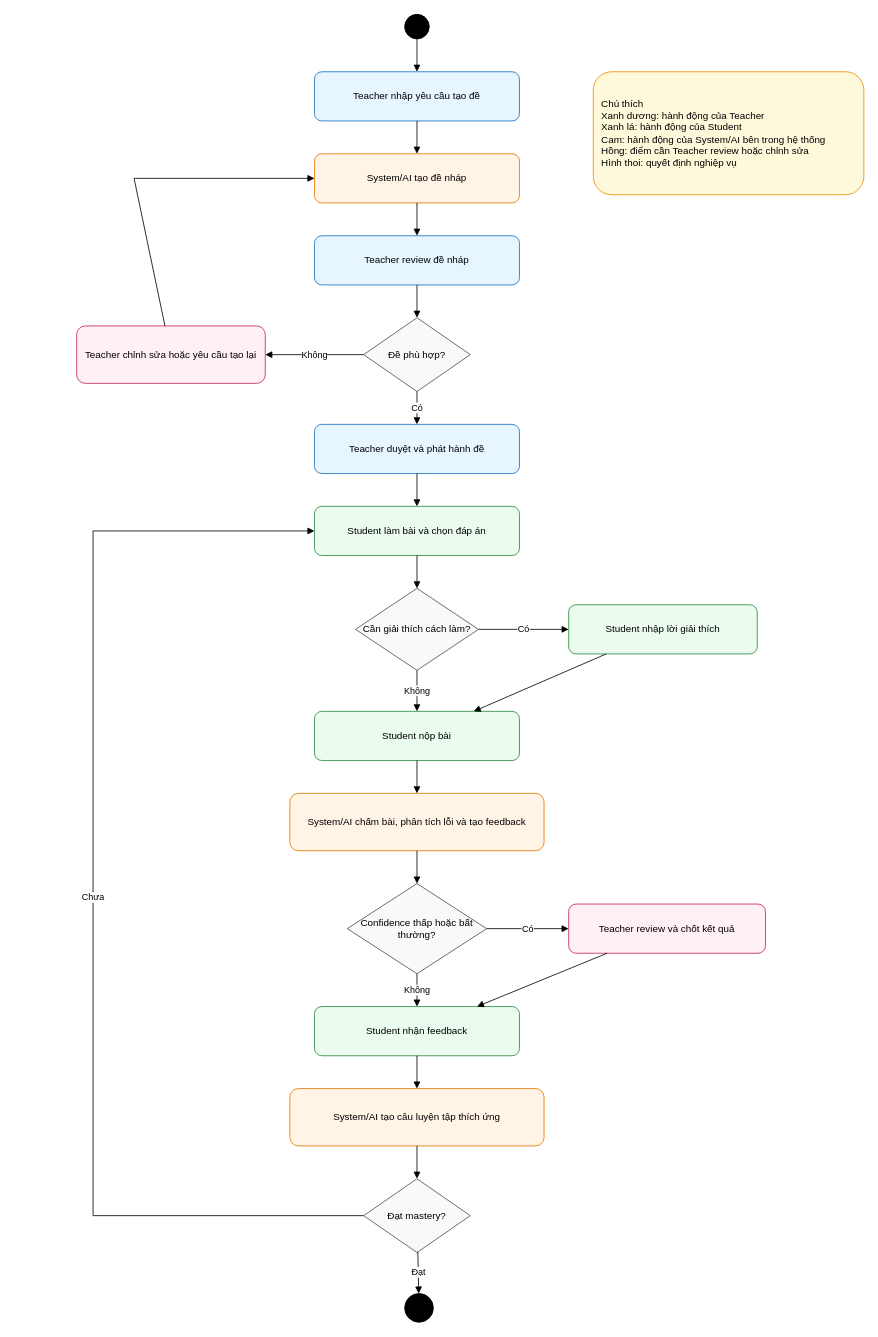
Above: docs/diagrams/activity-overview.drawio in biabeogo147/AI-Assessment-and-Feedback-Assistant (draw.io), before the change. Source tidied: cells renumbered, new cells numbered last; positions are measured from the earlier drawing's top-left corner, leaving out a move shared by most shapes. Both pictures are drawn from the tidied source at 82%, with x=0, y=0 at pixel (76, 14).
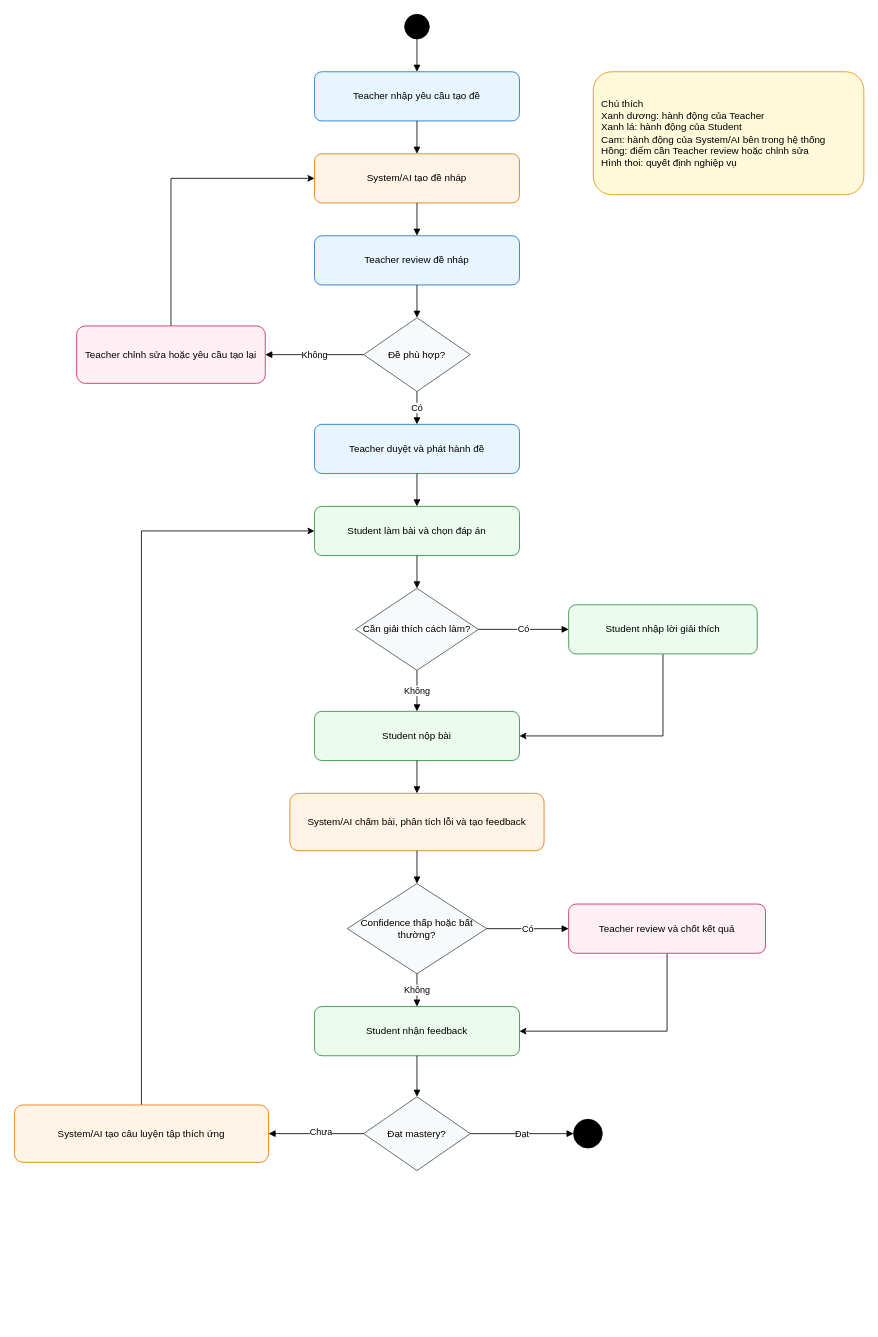
The same diagram, later.

The change refers to these unchanged cells:
```xml
<mxCell id="4" value="System/AI tạo đề nháp" style="rounded=1;whiteSpace=wrap;html=1;fillColor=#fff4e6;strokeColor=#e67700;" parent="1" vertex="1">
  <mxGeometry x="290" y="170" width="250" height="60" as="geometry" />
</mxCell>
<mxCell id="7" value="Teacher chỉnh sửa hoặc yêu cầu tạo lại" style="rounded=1;whiteSpace=wrap;html=1;fillColor=#fff0f6;strokeColor=#c2255c;" parent="1" vertex="1">
  <mxGeometry y="380" width="230" height="70" as="geometry" />
</mxCell>
<mxCell id="9" value="Student làm bài và chọn đáp án" style="rounded=1;whiteSpace=wrap;html=1;fillColor=#ebfbee;strokeColor=#2b8a3e;" parent="1" vertex="1">
  <mxGeometry x="290" y="600" width="250" height="60" as="geometry" />
</mxCell>
<mxCell id="11" value="Student nhập lời giải thích" style="rounded=1;whiteSpace=wrap;html=1;fillColor=#ebfbee;strokeColor=#2b8a3e;" parent="1" vertex="1">
  <mxGeometry x="600" y="720" width="230" height="60" as="geometry" />
</mxCell>
<mxCell id="12" value="Student nộp bài" style="rounded=1;whiteSpace=wrap;html=1;fillColor=#ebfbee;strokeColor=#2b8a3e;" parent="1" vertex="1">
  <mxGeometry x="290" y="850" width="250" height="60" as="geometry" />
</mxCell>
<mxCell id="15" value="Teacher review và chốt kết quả" style="rounded=1;whiteSpace=wrap;html=1;fillColor=#fff0f6;strokeColor=#c2255c;" parent="1" vertex="1">
  <mxGeometry x="600" y="1085" width="240" height="60" as="geometry" />
</mxCell>
<mxCell id="16" value="Student nhận feedback" style="rounded=1;whiteSpace=wrap;html=1;fillColor=#ebfbee;strokeColor=#2b8a3e;" parent="1" vertex="1">
  <mxGeometry x="290" y="1210" width="250" height="60" as="geometry" />
</mxCell>
```

Change to the diagram source:
```diff
@@
+    <mxCell id="26" style="edgeStyle=orthogonalEdgeStyle;rounded=0;jettySize=auto;html=1;exitX=0.5;exitY=0;exitDx=0;exitDy=0;entryX=0;entryY=0.5;entryDx=0;entryDy=0;" parent="1" edge="1" source="7" target="4">
+      <mxGeometry relative="1" as="geometry" />
+    </mxCell>
@@
+    <mxCell id="31" style="edgeStyle=orthogonalEdgeStyle;rounded=0;jettySize=auto;html=1;exitX=0.5;exitY=1;exitDx=0;exitDy=0;entryX=1;entryY=0.5;entryDx=0;entryDy=0;" parent="1" edge="1" source="11" target="12">
+      <mxGeometry relative="1" as="geometry" />
+    </mxCell>
@@
+    <mxCell id="36" style="edgeStyle=orthogonalEdgeStyle;rounded=0;jettySize=auto;html=1;exitX=0.5;exitY=1;exitDx=0;exitDy=0;entryX=1;entryY=0.5;entryDx=0;entryDy=0;" parent="1" edge="1" source="15" target="16">
+      <mxGeometry relative="1" as="geometry" />
+    </mxCell>
@@
+    <mxCell id="42" style="edgeStyle=orthogonalEdgeStyle;rounded=0;jettySize=auto;html=1;exitX=0.5;exitY=0;exitDx=0;exitDy=0;entryX=0;entryY=0.5;entryDx=0;entryDy=0;" parent="1" edge="1" source="17" target="9">
+      <mxGeometry relative="1" as="geometry" />
+    </mxCell>
     <mxCell id="17" value="System/AI tạo câu luyện tập thích ứng" style="rounded=1;whiteSpace=wrap;html=1;fillColor=#fff4e6;strokeColor=#e67700;" parent="1" vertex="1">
-      <mxGeometry x="260" y="1310" width="310" height="70" as="geometry" />
+      <mxGeometry x="-76" y="1330" width="310" height="70" as="geometry" />
     </mxCell>
     <mxCell id="18" value="Đạt mastery?" style="rhombus;whiteSpace=wrap;html=1;fillColor=#f8f9fa;strokeColor=#495057;" parent="1" vertex="1">
-      <mxGeometry x="350" y="1420" width="130" height="90" as="geometry" />
+      <mxGeometry x="350" y="1320" width="130" height="90" as="geometry" />
     </mxCell>
@@
     <mxCell id="20" style="ellipse;shape=doubleEllipse;html=1;fillColor=#000000;strokeColor=#000000;" parent="1" vertex="1">
-      <mxGeometry x="400" y="1560" width="35" height="35" as="geometry" />
+      <mxGeometry x="606" y="1347.5" width="35" height="35" as="geometry" />
     </mxCell>
@@
-    <mxCell id="26" style="endArrow=block;html=1;rounded=0;" parent="1" edge="1" source="7" target="4">
-      <mxGeometry relative="1" as="geometry">
-        <Array as="points">
-          <mxPoint x="70" y="200" />
-        </Array>
-      </mxGeometry>
-    </mxCell>
@@
-    <mxCell id="31" style="endArrow=block;html=1;rounded=0;" parent="1" edge="1" source="11" target="12">
-      <mxGeometry relative="1" as="geometry" />
-    </mxCell>
@@
-    <mxCell id="36" style="endArrow=block;html=1;rounded=0;" parent="1" edge="1" source="15" target="16">
-      <mxGeometry relative="1" as="geometry" />
-    </mxCell>
@@
-    <mxCell id="38" style="endArrow=block;html=1;rounded=0;" parent="1" edge="1" source="16" target="17">
+    <mxCell id="38" style="endArrow=block;html=1;rounded=0;" parent="1" edge="1" source="16" target="18">
       <mxGeometry relative="1" as="geometry" />
     </mxCell>
-    <mxCell id="39" style="endArrow=block;html=1;rounded=0;" parent="1" edge="1" source="17" target="18">
-      <mxGeometry relative="1" as="geometry" />
+    <mxCell id="39" value="Chưa" style="endArrow=block;html=1;rounded=0;" parent="1" edge="1" source="18" target="17">
+      <mxGeometry x="-0.11" y="-2" relative="1" as="geometry" />
     </mxCell>
-    <mxCell id="40" value="Chưa" style="endArrow=block;html=1;rounded=0;" parent="1" edge="1" source="18" target="9">
-      <mxGeometry relative="1" as="geometry">
-        <Array as="points">
-          <mxPoint x="20" y="1465" />
-          <mxPoint x="20" y="630" />
-        </Array>
-      </mxGeometry>
-    </mxCell>
```
